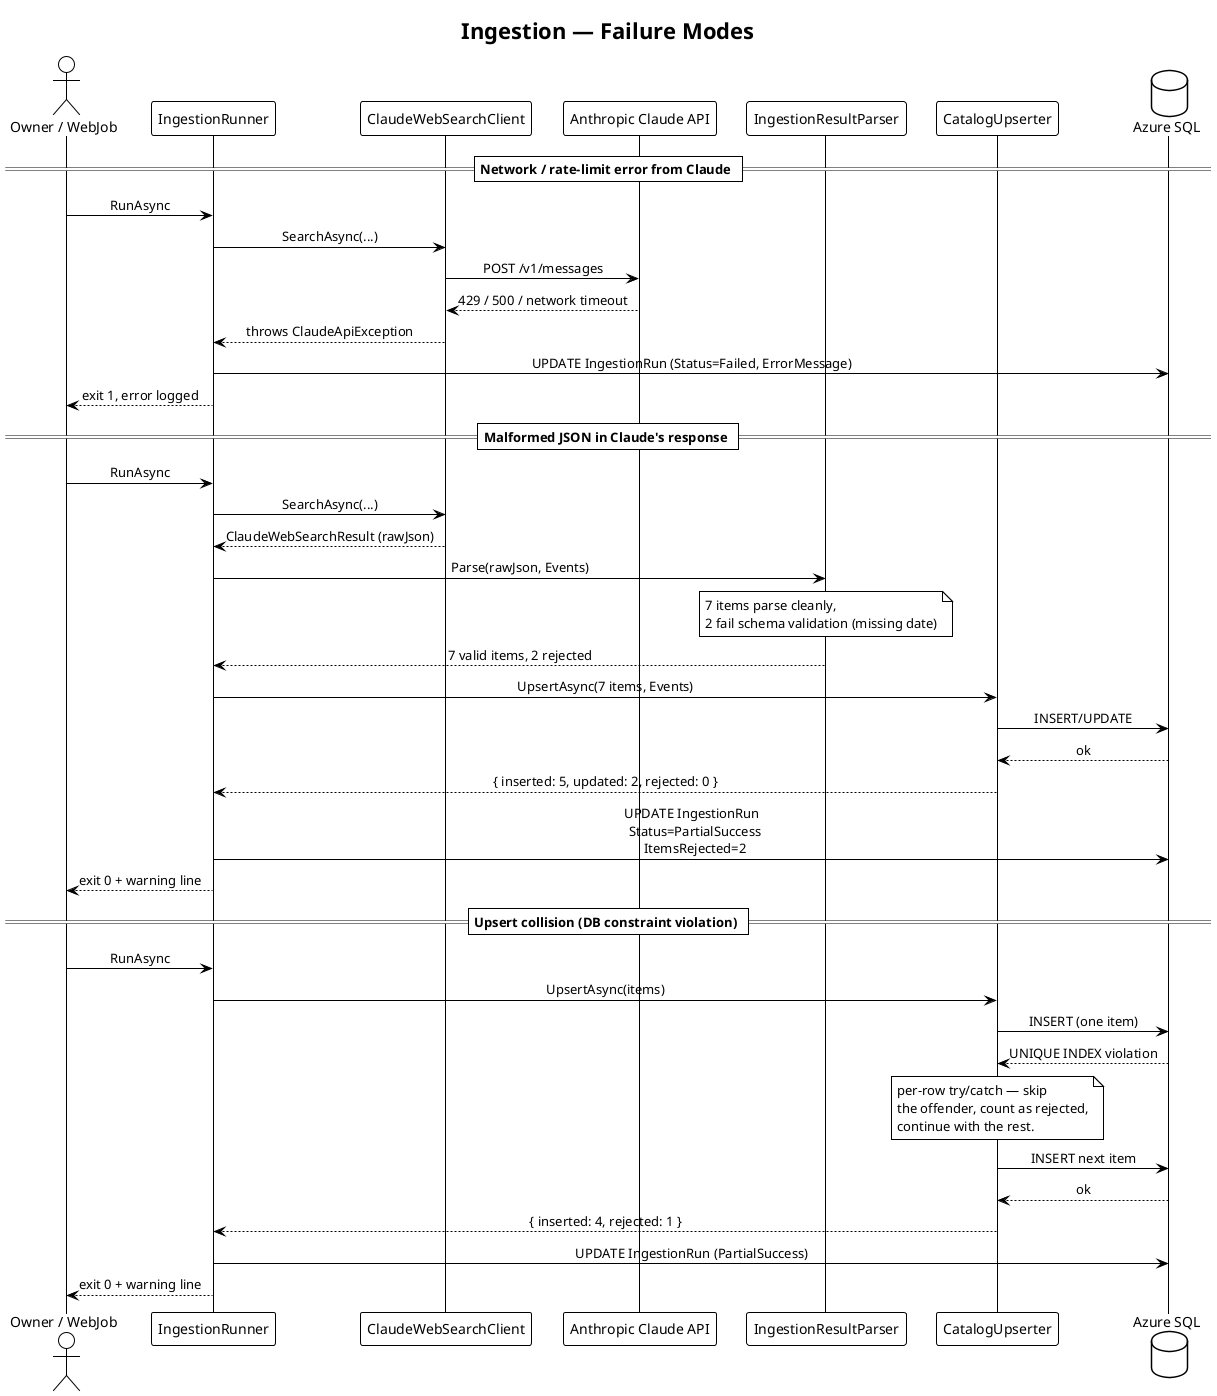
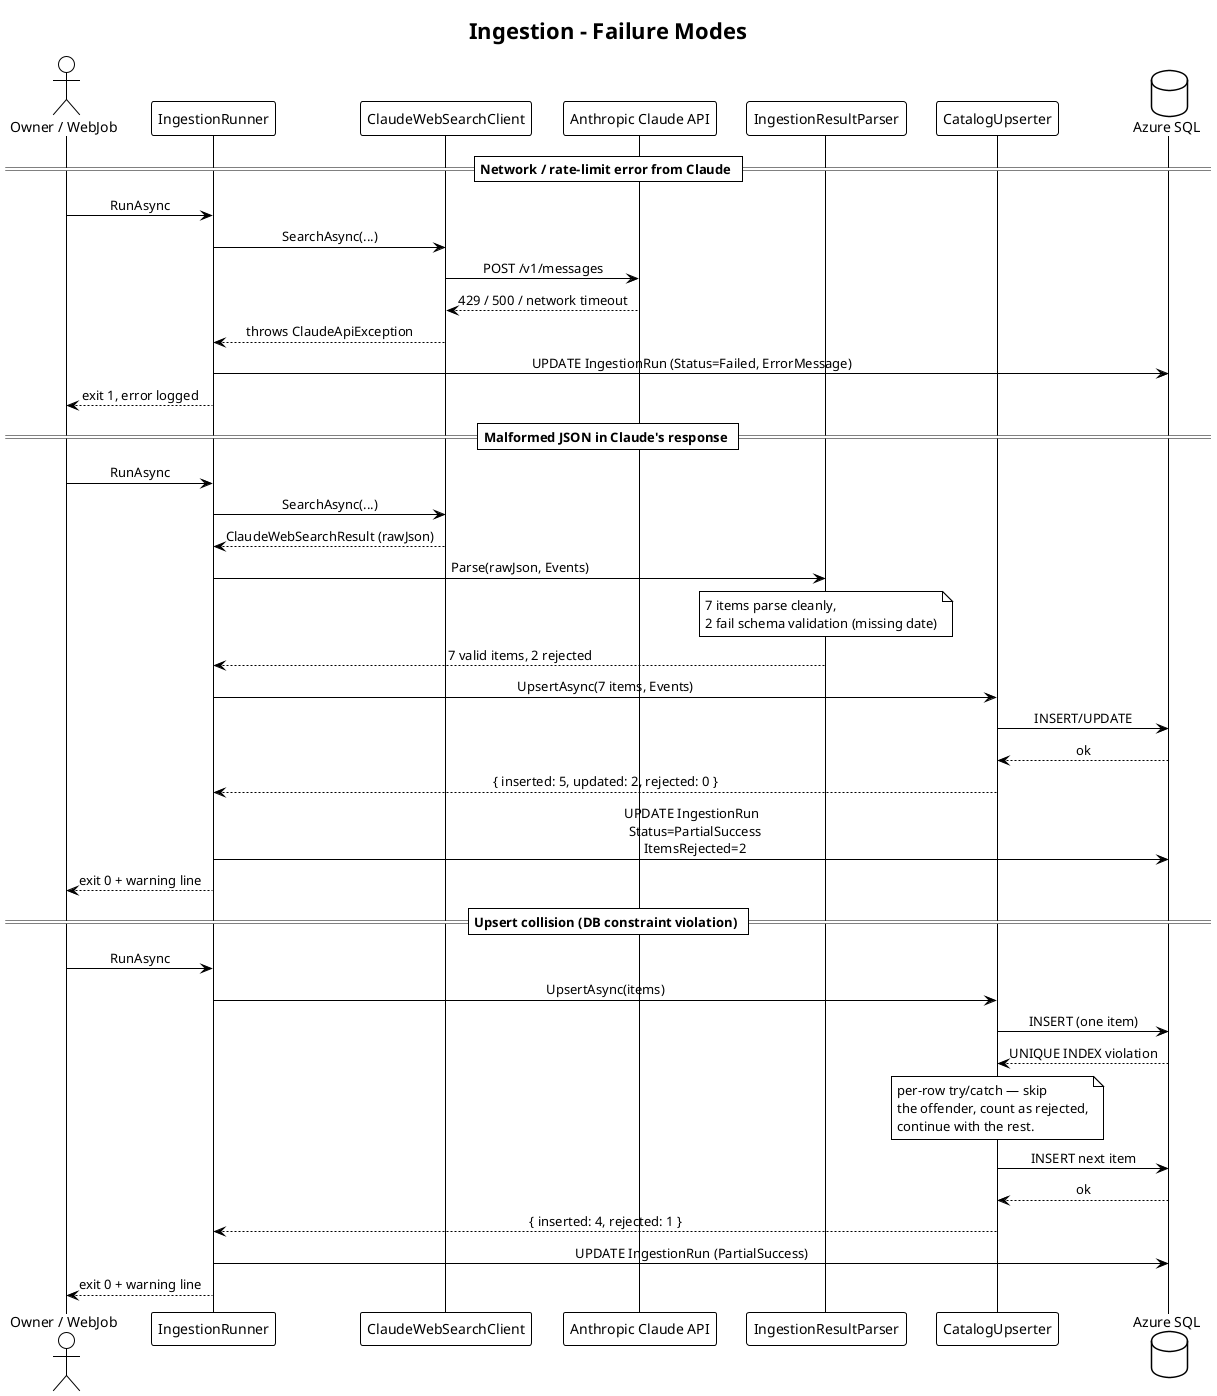
@startuml sequence_failure_modes
!theme plain
skinparam sequenceMessageAlign center

- title Ingestion — Failure Modes
+ title Ingestion - Failure Modes

actor "Owner / WebJob" as trigger
participant "IngestionRunner" as runner
participant "ClaudeWebSearchClient" as client
participant "Anthropic Claude API" as claude
participant "IngestionResultParser" as parser
participant "CatalogUpserter" as upserter
database "Azure SQL" as sql

== Network / rate-limit error from Claude ==
trigger -> runner: RunAsync
runner -> client: SearchAsync(...)
client -> claude: POST /v1/messages
claude --> client: 429 / 500 / network timeout
client --> runner: throws ClaudeApiException
runner -> sql: UPDATE IngestionRun (Status=Failed, ErrorMessage)
runner --> trigger: exit 1, error logged

== Malformed JSON in Claude's response ==
trigger -> runner: RunAsync
runner -> client: SearchAsync(...)
client --> runner: ClaudeWebSearchResult (rawJson)
runner -> parser: Parse(rawJson, Events)
note over parser: 7 items parse cleanly,\n2 fail schema validation (missing date)
parser --> runner: 7 valid items, 2 rejected
runner -> upserter: UpsertAsync(7 items, Events)
upserter -> sql: INSERT/UPDATE
sql --> upserter: ok
upserter --> runner: { inserted: 5, updated: 2, rejected: 0 }
runner -> sql: UPDATE IngestionRun\n  Status=PartialSuccess\n  ItemsRejected=2
runner --> trigger: exit 0 + warning line

== Upsert collision (DB constraint violation) ==
trigger -> runner: RunAsync
runner -> upserter: UpsertAsync(items)
upserter -> sql: INSERT (one item)
sql --> upserter: UNIQUE INDEX violation
note over upserter: per-row try/catch — skip\nthe offender, count as rejected,\ncontinue with the rest.
upserter -> sql: INSERT next item
sql --> upserter: ok
upserter --> runner: { inserted: 4, rejected: 1 }
runner -> sql: UPDATE IngestionRun (PartialSuccess)
runner --> trigger: exit 0 + warning line

@enduml
